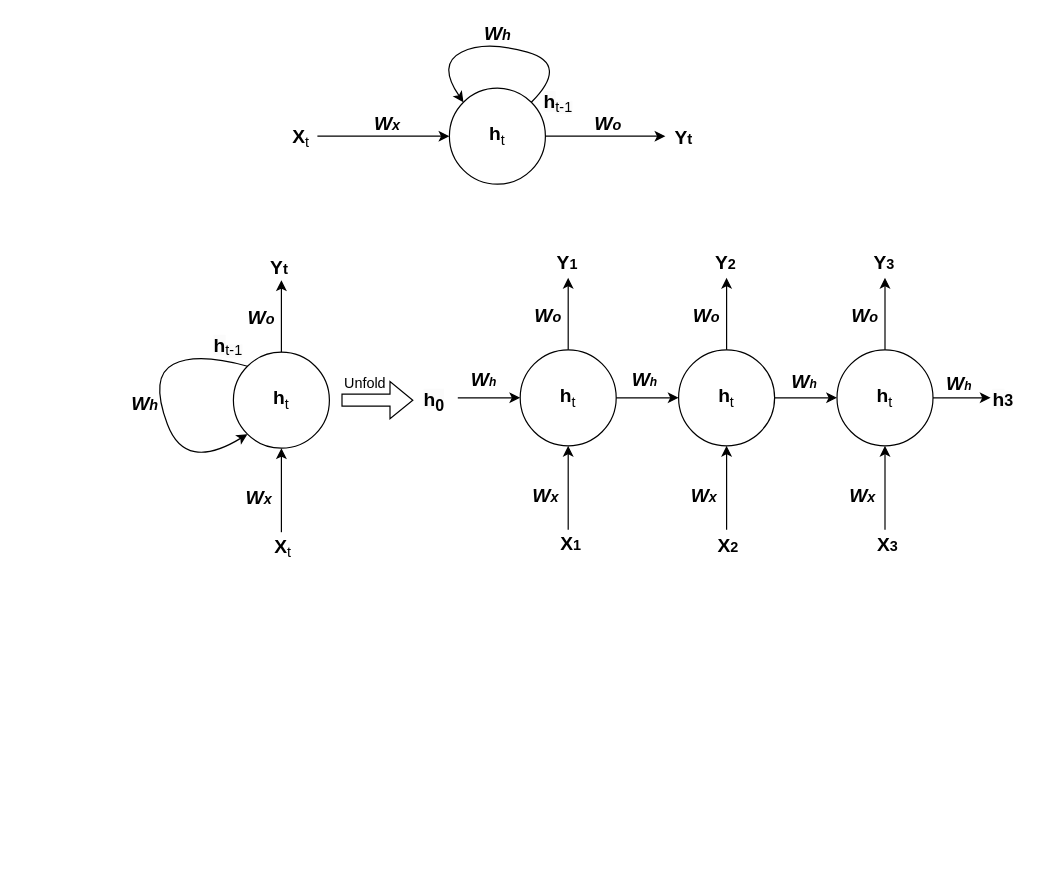
This is RNN-Basic.drawio from morningkyle/githubfiles, a draw.io file, before an edit. Source tidied: cells renumbered, new cells numbered last; positions are measured from the earlier drawing's top-left corner, leaving out a move shared by most shapes. Both pictures are drawn from the tidied source at 120%, with x=0, y=0 at pixel (20, 40).
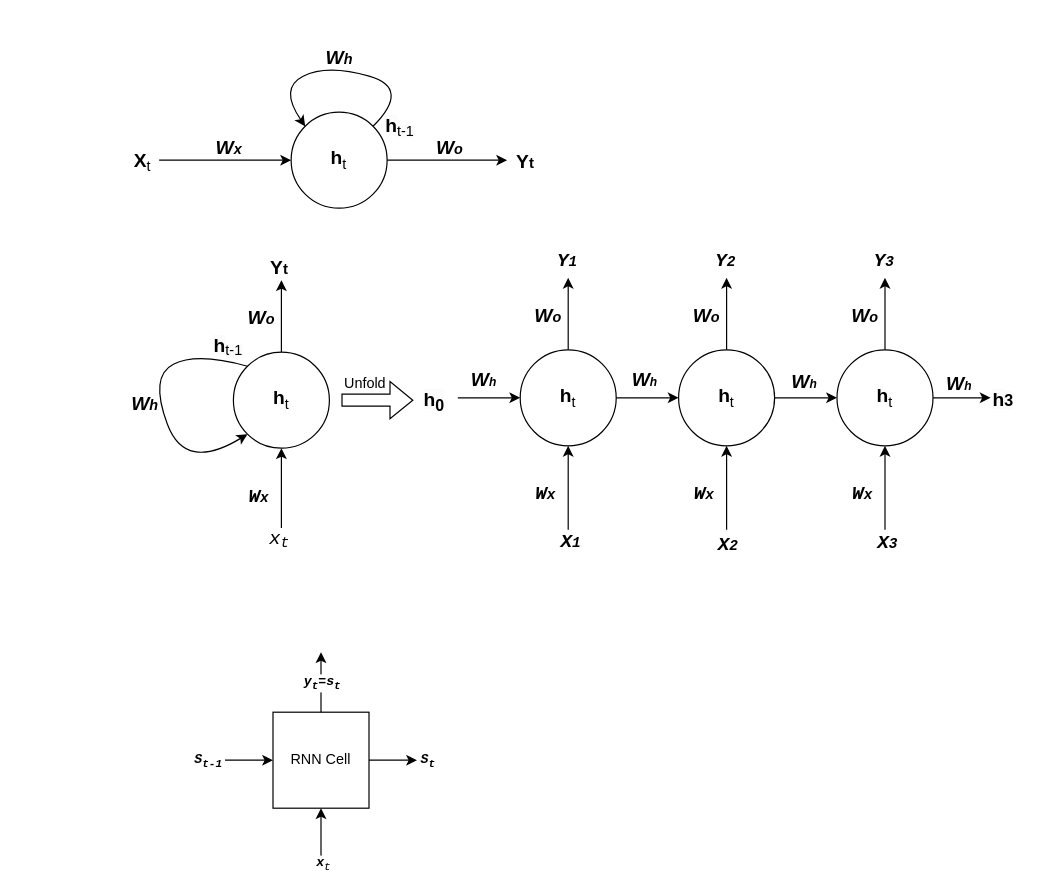
After the change.

Diff of the diagram source:
```diff
@@
     <mxCell id="2" value="&lt;span style=&quot;font-size: 16px;&quot;&gt;&lt;b&gt;h&lt;/b&gt;&lt;sub style=&quot;font-size: 12px;&quot;&gt;t&lt;/sub&gt;&lt;/span&gt;" style="ellipse;whiteSpace=wrap;html=1;" parent="1" vertex="1">
-      <mxGeometry x="357" y="40" width="80" height="80" as="geometry" />
+      <mxGeometry x="225.1" y="60" width="80" height="80" as="geometry" />
     </mxCell>
     <mxCell id="3" style="endArrow=classic;html=1;rounded=0;entryX=0;entryY=0.5;entryDx=0;entryDy=0;" parent="1" edge="1" target="2">
       <mxGeometry relative="1" as="geometry">
-        <mxPoint x="247" y="80" as="sourcePoint" />
+        <mxPoint x="115.1" y="100" as="sourcePoint" />
         <Array as="points">
-          <mxPoint x="287" y="80" />
-          <mxPoint x="267" y="80" />
+          <mxPoint x="155.1" y="100" />
+          <mxPoint x="135.1" y="100" />
         </Array>
       </mxGeometry>
     </mxCell>
@@
     <mxCell id="5" value="&lt;b style=&quot;border-color: var(--border-color); color: rgb(0, 0, 0); font-family: Helvetica; font-size: 16px; font-style: normal; font-variant-ligatures: normal; font-variant-caps: normal; letter-spacing: normal; orphans: 2; text-align: center; text-indent: 0px; text-transform: none; widows: 2; word-spacing: 0px; -webkit-text-stroke-width: 0px; background-color: rgb(251, 251, 251); text-decoration-thickness: initial; text-decoration-style: initial; text-decoration-color: initial;&quot;&gt;h&lt;/b&gt;&lt;sub style=&quot;border-color: var(--border-color); color: rgb(0, 0, 0); font-family: Helvetica; font-style: normal; font-variant-ligatures: normal; font-variant-caps: normal; font-weight: 400; letter-spacing: normal; orphans: 2; text-align: center; text-indent: 0px; text-transform: none; widows: 2; word-spacing: 0px; -webkit-text-stroke-width: 0px; background-color: rgb(251, 251, 251); text-decoration-thickness: initial; text-decoration-style: initial; text-decoration-color: initial;&quot;&gt;&lt;font style=&quot;font-size: 12px;&quot;&gt;t-1&lt;/font&gt;&lt;/sub&gt;" style="text;whiteSpace=wrap;html=1;" parent="1" vertex="1">
-      <mxGeometry x="434" y="35" width="30" height="30" as="geometry" />
+      <mxGeometry x="302.1" y="55" width="30" height="30" as="geometry" />
     </mxCell>
     <mxCell id="6" style="endArrow=classic;html=1;rounded=0;exitX=1;exitY=0.5;exitDx=0;exitDy=0;" parent="1" edge="1" source="2">
       <mxGeometry relative="1" as="geometry">
-        <mxPoint x="537" y="80" as="targetPoint" />
+        <mxPoint x="405.1" y="100" as="targetPoint" />
       </mxGeometry>
     </mxCell>
     <mxCell id="7" value="&lt;span style=&quot;vertical-align: sub;&quot;&gt;&lt;b style=&quot;&quot;&gt;&lt;span style=&quot;font-size: 16px;&quot;&gt;Y&lt;/span&gt;&lt;span style=&quot;font-size: 12.5px;&quot;&gt;t&lt;/span&gt;&lt;/b&gt;&lt;/span&gt;" style="edgeLabel;html=1;align=center;verticalAlign=middle;" parent="1" vertex="1">
-      <mxGeometry x="337" y="90" as="geometry">
+      <mxGeometry x="205.1" y="110" as="geometry">
         <mxPoint x="214" y="-10" as="offset" />
       </mxGeometry>
     </mxCell>
     <mxCell id="8" style="curved=1;endArrow=classic;html=1;rounded=0;exitX=1;exitY=0;exitDx=0;exitDy=0;entryX=0;entryY=0;entryDx=0;entryDy=0;" parent="1" edge="1" source="2" target="2">
       <mxGeometry relative="1" as="geometry">
         <Array as="points">
-          <mxPoint x="457" y="20" />
-          <mxPoint x="387" />
-          <mxPoint x="347" y="20" />
+          <mxPoint x="325.1" y="40" />
+          <mxPoint x="255.1" y="20" />
+          <mxPoint x="215.1" y="40" />
         </Array>
       </mxGeometry>
     </mxCell>
     <mxCell id="9" value="&lt;sub style=&quot;&quot;&gt;&lt;b style=&quot;&quot;&gt;&lt;i&gt;&lt;span style=&quot;font-size: 16px;&quot;&gt;W&lt;/span&gt;&lt;span style=&quot;font-size: 12px;&quot;&gt;x&lt;/span&gt;&lt;/i&gt;&lt;/b&gt;&lt;/sub&gt;" style="edgeLabel;html=1;align=center;verticalAlign=middle;" parent="1" vertex="1">
-      <mxGeometry x="240.2" y="88" as="geometry">
+      <mxGeometry x="108.3" y="108" as="geometry">
         <mxPoint x="64" y="-20" as="offset" />
       </mxGeometry>
     </mxCell>
     <mxCell id="10" value="&lt;sub style=&quot;&quot;&gt;&lt;b style=&quot;&quot;&gt;&lt;i&gt;&lt;span style=&quot;font-size: 16px;&quot;&gt;W&lt;/span&gt;&lt;span style=&quot;font-size: 12px;&quot;&gt;o&lt;/span&gt;&lt;/i&gt;&lt;/b&gt;&lt;/sub&gt;" style="edgeLabel;html=1;align=center;verticalAlign=middle;" parent="1" vertex="1">
-      <mxGeometry x="424" y="88" as="geometry">
+      <mxGeometry x="292.1" y="108" as="geometry">
         <mxPoint x="64" y="-20" as="offset" />
       </mxGeometry>
     </mxCell>
     <mxCell id="11" value="&lt;sub style=&quot;&quot;&gt;&lt;b style=&quot;&quot;&gt;&lt;i&gt;&lt;span style=&quot;font-size: 16px;&quot;&gt;W&lt;/span&gt;&lt;span style=&quot;font-size: 12px;&quot;&gt;h&lt;/span&gt;&lt;/i&gt;&lt;/b&gt;&lt;/sub&gt;" style="edgeLabel;html=1;align=center;verticalAlign=middle;" parent="1" vertex="1">
-      <mxGeometry x="332" y="13" as="geometry">
+      <mxGeometry x="200.1" y="33" as="geometry">
         <mxPoint x="64" y="-20" as="offset" />
       </mxGeometry>
     </mxCell>
@@
-    <mxCell id="17" value="&lt;sub style=&quot;&quot;&gt;&lt;b style=&quot;&quot;&gt;&lt;i&gt;&lt;span style=&quot;font-size: 16px;&quot;&gt;W&lt;/span&gt;&lt;span style=&quot;font-size: 12px;&quot;&gt;x&lt;/span&gt;&lt;/i&gt;&lt;/b&gt;&lt;/sub&gt;" style="edgeLabel;html=1;align=center;verticalAlign=middle;" parent="1" vertex="1">
+    <mxCell id="17" value="&lt;sub style=&quot;&quot;&gt;&lt;span style=&quot;&quot;&gt;&lt;span&gt;&lt;span style=&quot;font-size: 16px;&quot;&gt;W&lt;/span&gt;&lt;span style=&quot;font-size: 12px;&quot;&gt;x&lt;/span&gt;&lt;/span&gt;&lt;/span&gt;&lt;/sub&gt;" style="edgeLabel;html=1;align=center;verticalAlign=middle;fontFamily=Courier New;fontStyle=3;" parent="1" vertex="1">
       <mxGeometry x="133" y="400" as="geometry">
         <mxPoint x="64" y="-20" as="offset" />
       </mxGeometry>
     </mxCell>
@@
-    <mxCell id="21" value="&lt;b&gt;&lt;font style=&quot;font-size: 16px;&quot;&gt;X&lt;/font&gt;&lt;/b&gt;&lt;sub style=&quot;font-size: 12px;&quot;&gt;t&lt;/sub&gt;" style="edgeLabel;html=1;align=center;verticalAlign=middle;" parent="1" vertex="1">
-      <mxGeometry x="217" y="422" as="geometry" />
+    <mxCell id="21" value="&lt;span style=&quot;font-size: 16px; font-weight: normal;&quot;&gt;x&lt;/span&gt;&lt;sub style=&quot;font-size: 12px; font-weight: normal;&quot;&gt;t&lt;/sub&gt;" style="edgeLabel;html=1;align=center;verticalAlign=middle;fontFamily=Courier New;fontStyle=3;" parent="1" vertex="1">
+      <mxGeometry x="217" y="422" as="geometry">
+        <mxPoint x="-3" y="-6" as="offset" />
+      </mxGeometry>
     </mxCell>
@@
-    <mxCell id="25" value="&lt;sub style=&quot;&quot;&gt;&lt;b style=&quot;&quot;&gt;&lt;i&gt;&lt;span style=&quot;font-size: 16px;&quot;&gt;W&lt;/span&gt;&lt;span style=&quot;font-size: 12px;&quot;&gt;x&lt;/span&gt;&lt;/i&gt;&lt;/b&gt;&lt;/sub&gt;" style="edgeLabel;html=1;align=center;verticalAlign=middle;" parent="1" vertex="1">
+    <mxCell id="25" value="&lt;sub style=&quot;&quot;&gt;&lt;span style=&quot;&quot;&gt;&lt;span&gt;&lt;span style=&quot;font-size: 16px;&quot;&gt;W&lt;/span&gt;&lt;span style=&quot;font-size: 12px;&quot;&gt;x&lt;/span&gt;&lt;/span&gt;&lt;/span&gt;&lt;/sub&gt;" style="edgeLabel;html=1;align=center;verticalAlign=middle;fontFamily=Courier New;fontStyle=3;" parent="1" vertex="1">
       <mxGeometry x="372" y="398" as="geometry">
         <mxPoint x="64" y="-20" as="offset" />
       </mxGeometry>
     </mxCell>
@@
-    <mxCell id="28" value="&lt;b&gt;&lt;font style=&quot;font-size: 16px;&quot;&gt;X&lt;/font&gt;&lt;font style=&quot;font-size: 12px;&quot;&gt;1&lt;/font&gt;&lt;/b&gt;" style="edgeLabel;html=1;align=center;verticalAlign=middle;" parent="1" vertex="1">
+    <mxCell id="28" value="&lt;span&gt;&lt;font style=&quot;font-size: 16px;&quot;&gt;X&lt;/font&gt;&lt;font style=&quot;font-size: 12px;&quot;&gt;1&lt;/font&gt;&lt;/span&gt;" style="edgeLabel;html=1;align=center;verticalAlign=middle;fontFamily=Courier New;fontStyle=3;" parent="1" vertex="1">
       <mxGeometry x="464" y="422" as="geometry">
         <mxPoint x="-7" y="-4" as="offset" />
       </mxGeometry>
     </mxCell>
@@
-    <mxCell id="30" value="&lt;b&gt;&lt;font style=&quot;font-size: 16px;&quot;&gt;Y&lt;/font&gt;&lt;font style=&quot;font-size: 12px;&quot;&gt;1&lt;/font&gt;&lt;/b&gt;" style="edgeLabel;html=1;align=center;verticalAlign=middle;" parent="1" vertex="1">
+    <mxCell id="30" value="&lt;span&gt;&lt;font style=&quot;font-size: 16px;&quot;&gt;Y&lt;/font&gt;&lt;font style=&quot;font-size: 12px;&quot;&gt;1&lt;/font&gt;&lt;/span&gt;" style="edgeLabel;html=1;align=center;verticalAlign=middle;fontFamily=Courier New;fontStyle=3;" parent="1" vertex="1">
       <mxGeometry x="470" y="438" as="geometry">
         <mxPoint x="-16" y="-254" as="offset" />
       </mxGeometry>
     </mxCell>
@@
-    <mxCell id="33" value="&lt;sub style=&quot;&quot;&gt;&lt;b style=&quot;&quot;&gt;&lt;i&gt;&lt;span style=&quot;font-size: 16px;&quot;&gt;W&lt;/span&gt;&lt;span style=&quot;font-size: 12px;&quot;&gt;x&lt;/span&gt;&lt;/i&gt;&lt;/b&gt;&lt;/sub&gt;" style="edgeLabel;html=1;align=center;verticalAlign=middle;" parent="1" vertex="1">
+    <mxCell id="33" value="&lt;sub style=&quot;&quot;&gt;&lt;span style=&quot;&quot;&gt;&lt;span&gt;&lt;span style=&quot;font-size: 16px;&quot;&gt;W&lt;/span&gt;&lt;span style=&quot;font-size: 12px;&quot;&gt;x&lt;/span&gt;&lt;/span&gt;&lt;/span&gt;&lt;/sub&gt;" style="edgeLabel;html=1;align=center;verticalAlign=middle;fontFamily=Courier New;fontStyle=3;" parent="1" vertex="1">
       <mxGeometry x="504" y="398" as="geometry">
         <mxPoint x="64" y="-20" as="offset" />
       </mxGeometry>
     </mxCell>
@@
-    <mxCell id="36" value="&lt;b&gt;&lt;font style=&quot;font-size: 16px;&quot;&gt;X&lt;/font&gt;&lt;font style=&quot;font-size: 12px;&quot;&gt;2&lt;/font&gt;&lt;/b&gt;" style="edgeLabel;html=1;align=center;verticalAlign=middle;" parent="1" vertex="1">
+    <mxCell id="36" value="&lt;span&gt;&lt;font style=&quot;font-size: 16px;&quot;&gt;X&lt;/font&gt;&lt;font style=&quot;font-size: 12px;&quot;&gt;2&lt;/font&gt;&lt;/span&gt;" style="edgeLabel;html=1;align=center;verticalAlign=middle;fontFamily=Courier New;fontStyle=3;" parent="1" vertex="1">
       <mxGeometry x="587" y="422" as="geometry">
         <mxPoint x="1" y="-2" as="offset" />
       </mxGeometry>
     </mxCell>
@@
-    <mxCell id="38" value="&lt;b&gt;&lt;font style=&quot;font-size: 16px;&quot;&gt;Y&lt;/font&gt;&lt;font style=&quot;font-size: 12px;&quot;&gt;2&lt;/font&gt;&lt;/b&gt;" style="edgeLabel;html=1;align=center;verticalAlign=middle;" parent="1" vertex="1">
+    <mxCell id="38" value="&lt;span&gt;&lt;font style=&quot;font-size: 16px;&quot;&gt;Y&lt;/font&gt;&lt;font style=&quot;font-size: 12px;&quot;&gt;2&lt;/font&gt;&lt;/span&gt;" style="edgeLabel;html=1;align=center;verticalAlign=middle;fontFamily=Courier New;fontStyle=3;" parent="1" vertex="1">
       <mxGeometry x="602" y="438" as="geometry">
         <mxPoint x="-16" y="-254" as="offset" />
       </mxGeometry>
     </mxCell>
@@
-    <mxCell id="43" value="&lt;sub style=&quot;&quot;&gt;&lt;b style=&quot;&quot;&gt;&lt;i&gt;&lt;span style=&quot;font-size: 16px;&quot;&gt;W&lt;/span&gt;&lt;span style=&quot;font-size: 12px;&quot;&gt;x&lt;/span&gt;&lt;/i&gt;&lt;/b&gt;&lt;/sub&gt;" style="edgeLabel;html=1;align=center;verticalAlign=middle;" parent="1" vertex="1">
+    <mxCell id="43" value="&lt;sub style=&quot;&quot;&gt;&lt;span style=&quot;&quot;&gt;&lt;span&gt;&lt;span style=&quot;font-size: 16px;&quot;&gt;W&lt;/span&gt;&lt;span style=&quot;font-size: 12px;&quot;&gt;x&lt;/span&gt;&lt;/span&gt;&lt;/span&gt;&lt;/sub&gt;" style="edgeLabel;html=1;align=center;verticalAlign=middle;fontFamily=Courier New;fontStyle=3;" parent="1" vertex="1">
       <mxGeometry x="636" y="398" as="geometry">
         <mxPoint x="64" y="-20" as="offset" />
       </mxGeometry>
     </mxCell>
@@
-    <mxCell id="46" value="&lt;b&gt;&lt;font style=&quot;font-size: 16px;&quot;&gt;X&lt;/font&gt;&lt;font style=&quot;font-size: 12px;&quot;&gt;3&lt;/font&gt;&lt;/b&gt;" style="edgeLabel;html=1;align=center;verticalAlign=middle;" parent="1" vertex="1">
+    <mxCell id="46" value="&lt;span&gt;&lt;font style=&quot;font-size: 16px;&quot;&gt;X&lt;/font&gt;&lt;font style=&quot;font-size: 12px;&quot;&gt;3&lt;/font&gt;&lt;/span&gt;" style="edgeLabel;html=1;align=center;verticalAlign=middle;fontFamily=Courier New;fontStyle=3;" parent="1" vertex="1">
       <mxGeometry x="716" y="419" as="geometry">
         <mxPoint x="5" as="offset" />
       </mxGeometry>
     </mxCell>
@@
-    <mxCell id="48" value="&lt;b&gt;&lt;font style=&quot;font-size: 16px;&quot;&gt;Y&lt;/font&gt;&lt;font style=&quot;font-size: 12px;&quot;&gt;3&lt;/font&gt;&lt;/b&gt;" style="edgeLabel;html=1;align=center;verticalAlign=middle;" parent="1" vertex="1">
+    <mxCell id="48" value="&lt;span&gt;&lt;font style=&quot;font-size: 16px;&quot;&gt;Y&lt;/font&gt;&lt;font style=&quot;font-size: 12px;&quot;&gt;3&lt;/font&gt;&lt;/span&gt;" style="edgeLabel;html=1;align=center;verticalAlign=middle;fontFamily=Courier New;fontStyle=3;" parent="1" vertex="1">
       <mxGeometry x="734" y="438" as="geometry">
         <mxPoint x="-16" y="-254" as="offset" />
       </mxGeometry>
     </mxCell>
@@
+    <mxCell id="55" value="RNN Cell" style="whiteSpace=wrap;html=1;" parent="1" vertex="1">
+      <mxGeometry x="210" y="560" width="80" height="80" as="geometry" />
+    </mxCell>
+    <mxCell id="56" style="endArrow=classic;html=1;rounded=0;entryX=0.5;entryY=1;entryDx=0;entryDy=0;" parent="1" edge="1" target="55">
+      <mxGeometry relative="1" as="geometry">
+        <mxPoint x="250" y="680" as="sourcePoint" />
+      </mxGeometry>
+    </mxCell>
+    <mxCell id="57" value="&lt;b&gt;x&lt;/b&gt;&lt;sub&gt;t&lt;/sub&gt;" style="edgeLabel;html=1;align=center;verticalAlign=middle;fontFamily=Courier New;fontStyle=2;" parent="56" vertex="1">
+      <mxGeometry x="0.16" y="1" relative="1" as="geometry">
+        <mxPoint x="2" y="29" as="offset" />
+      </mxGeometry>
+    </mxCell>
+    <mxCell id="58" style="endArrow=classic;html=1;rounded=0;entryX=0;entryY=0.5;entryDx=0;entryDy=0;fontFamily=Courier New;fontStyle=3;" parent="1" edge="1" target="55">
+      <mxGeometry relative="1" as="geometry">
+        <mxPoint x="170" y="600" as="sourcePoint" />
+      </mxGeometry>
+    </mxCell>
+    <mxCell id="59" value="S&lt;sub&gt;t-1&lt;/sub&gt;" style="edgeLabel;html=1;align=center;verticalAlign=middle;fontFamily=Courier New;fontStyle=3;" parent="58" vertex="1">
+      <mxGeometry x="-0.42" y="1" relative="1" as="geometry">
+        <mxPoint x="-27" y="1" as="offset" />
+      </mxGeometry>
+    </mxCell>
+    <mxCell id="60" style="endArrow=classic;html=1;rounded=0;exitX=1;exitY=0.5;exitDx=0;exitDy=0;fontFamily=Courier New;fontStyle=3;" parent="1" edge="1" source="55">
+      <mxGeometry relative="1" as="geometry">
+        <mxPoint x="330" y="600" as="targetPoint" />
+      </mxGeometry>
+    </mxCell>
+    <mxCell id="61" value="S&lt;sub&gt;t&lt;/sub&gt;" style="edgeLabel;html=1;align=center;verticalAlign=middle;fontFamily=Courier New;fontStyle=3;" parent="60" vertex="1">
+      <mxGeometry x="-0.12" relative="1" as="geometry">
+        <mxPoint x="30" as="offset" />
+      </mxGeometry>
+    </mxCell>
+    <mxCell id="62" style="endArrow=classic;html=1;rounded=0;exitX=0.5;exitY=0;exitDx=0;exitDy=0;fontFamily=Courier New;fontStyle=3;" parent="1" edge="1" source="55">
+      <mxGeometry relative="1" as="geometry">
+        <mxPoint x="250" y="510" as="targetPoint" />
+      </mxGeometry>
+    </mxCell>
+    <mxCell id="63" value="y&lt;sub&gt;t&lt;/sub&gt;=s&lt;sub&gt;t&lt;/sub&gt;" style="edgeLabel;html=1;align=center;verticalAlign=middle;fontFamily=Courier New;fontStyle=3;" parent="62" vertex="1">
+      <mxGeometry x="-0.01" relative="1" as="geometry" />
+    </mxCell>
```
